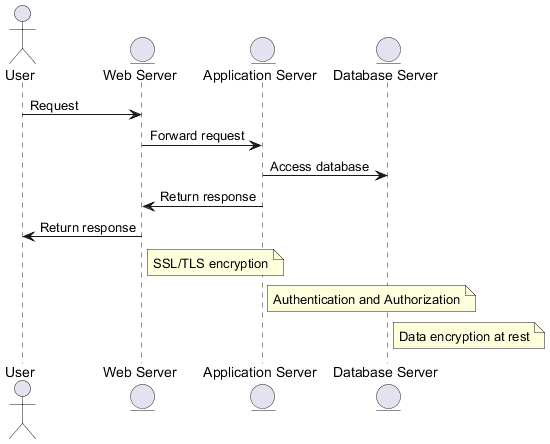
Before: docs/generated/diagrams/security_diagram.png, a diagram exported from PlantUML (alessiagatto/documenter-agent). Source of this version:
```plantuml
@startuml
actor User
entity "Web Server" as WebServer
entity "Application Server" as AppServer
entity "Database Server" as DBServer

User -> WebServer : Request
WebServer -> AppServer : Forward request
AppServer -> DBServer : Access database
AppServer -> WebServer : Return response
WebServer -> User : Return response

note right of WebServer
    SSL/TLS encryption
end note

note right of AppServer
    Authentication and Authorization
end note

note right of DBServer
    Data encryption at rest
end note

@enduml
```
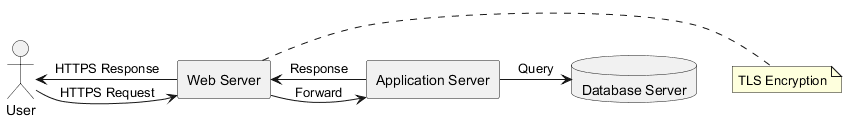
The same file after the commit.

Commit message:
Estensione ciclo di validazione Vision a tutte le viste architetturali e stabilizzazione gestione timeout. Pipeline multi-diagram self-refining funzionante.

Diff of the diagram source:
```diff
@@ -1,25 +1,16 @@
 @startuml
 actor User
-entity "Web Server" as WebServer
-entity "Application Server" as AppServer
-entity "Database Server" as DBServer
+rectangle "Web Server" as WebServer
+rectangle "Application Server" as AppServer
+database "Database Server" as DBServer
 
-User -> WebServer : Request
-WebServer -> AppServer : Forward request
-AppServer -> DBServer : Access database
-AppServer -> WebServer : Return response
-WebServer -> User : Return response
+User -> WebServer : HTTPS Request
+WebServer -> AppServer : Forward
+AppServer -> DBServer : Query
+AppServer -> WebServer : Response
+WebServer -> User : HTTPS Response
 
 note right of WebServer
-    SSL/TLS encryption
+TLS Encryption
 end note
-
-note right of AppServer
-    Authentication and Authorization
-end note
-
-note right of DBServer
-    Data encryption at rest
-end note
-
 @enduml
```
